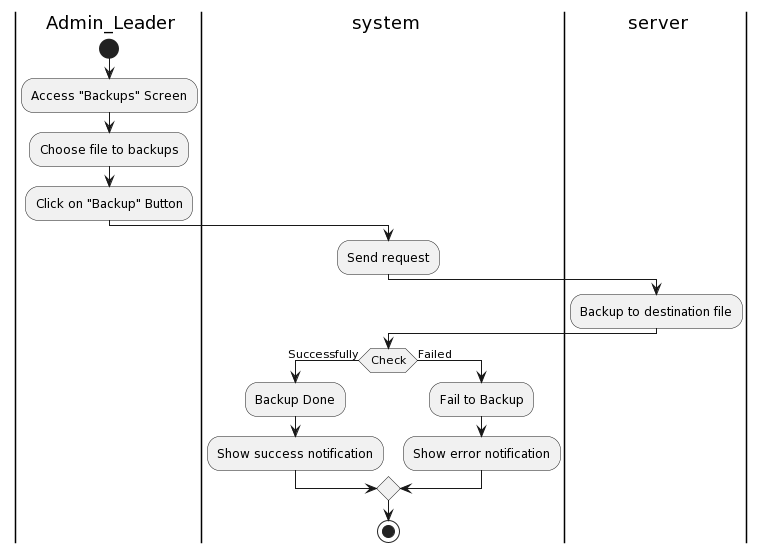
Before: Lab1/Lab1.2/Activity Diagram/SystemManagement/Backups/Backups.png, a diagram exported from PlantUML (khoapham1003/SE357-Pratice-class). Its diagram source:
```plantuml
@startuml
|a| Admin_Leader
|sys| system
|ser| server
|a|
start
:Access "Backups" Screen;
:Choose file to backups;
:Click on "Backup" Button;
|sys|
:Send request;
|ser|
:Backup to destination file;
|sys|
if(Check) then (Successfully)
:Backup Done;
:Show success notification;
else (Failed)
:Fail to Backup;
:Show error notification;
endif


stop
@enduml
```
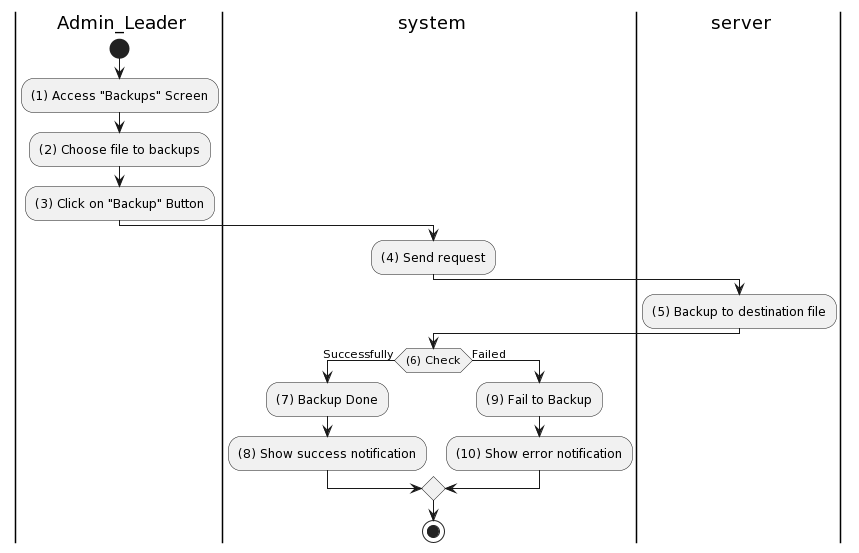
After the change.

The edit, as a diff of the source:
```diff
@@ -4,20 +4,20 @@
 |ser| server
 |a|
 start
-:Access "Backups" Screen;
-:Choose file to backups;
-:Click on "Backup" Button;
+:(1) Access "Backups" Screen;
+:(2) Choose file to backups;
+:(3) Click on "Backup" Button;
 |sys|
-:Send request;
+:(4) Send request;
 |ser|
-:Backup to destination file;
+:(5) Backup to destination file;
 |sys|
-if(Check) then (Successfully)
-:Backup Done;
-:Show success notification;
+if((6) Check) then (Successfully)
+:(7) Backup Done;
+:(8) Show success notification;
 else (Failed)
-:Fail to Backup;
-:Show error notification;
+:(9) Fail to Backup;
+:(10) Show error notification;
 endif
 
 
```
